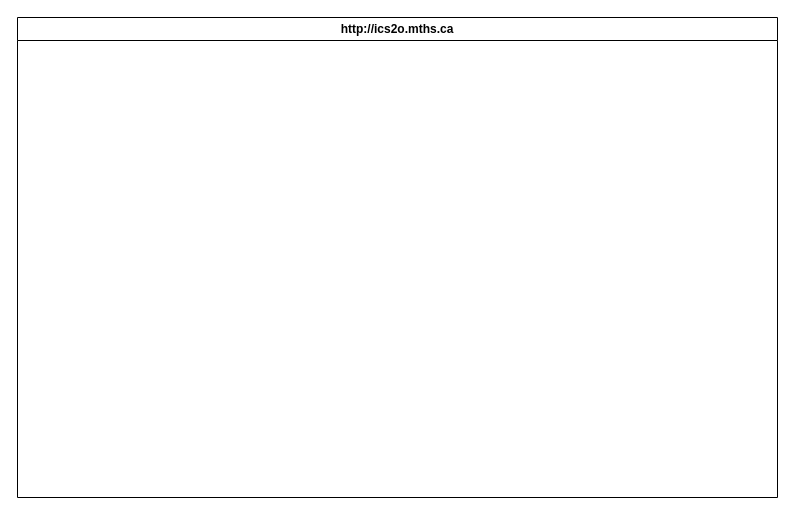
Before: design/storyboard.drawio in MTHS-ICS2O-2-2022/ICS2O-Unit-3-01-Jaden-Plugowsky, a draw.io diagram. Source tidied: cells renumbered, new cells numbered last; positions are measured from the earlier drawing's top-left corner, leaving out a move shared by most shapes. Both pictures are drawn from the tidied source at 100%, with x=0, y=0 at pixel (17, 17).
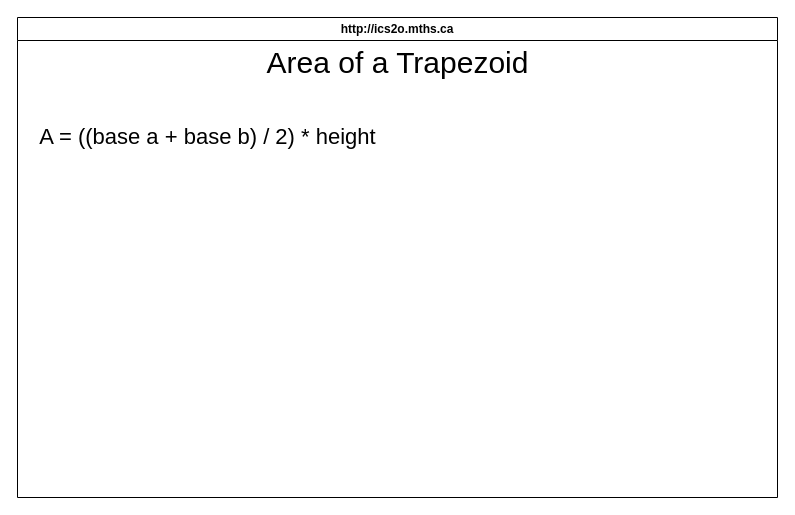
The same page after the edit.

Diff of the diagram source:
```diff
@@
 <mxGraphModel background="#ffffff">
   <root>
     <mxCell id="0" />
     <mxCell id="1" parent="0" />
     <mxCell id="2" value="http://ics2o.mths.ca" style="swimlane;whiteSpace=wrap;html=1;strokeColor=#000000;strokeWidth=1;" parent="1" vertex="1">
       <mxGeometry width="760" height="480" as="geometry" />
     </mxCell>
+    <mxCell id="3" value="Area of a Trapezoid" style="text;html=1;align=center;verticalAlign=middle;strokeColor=none;fillColor=none;fontColor=#000000;fontSize=30;" parent="2" vertex="1">
+      <mxGeometry x="235" y="20" width="290" height="50" as="geometry" />
+    </mxCell>
+    <mxCell id="4" value="A = ((base a + base b) / 2) * height" style="text;html=1;align=center;verticalAlign=middle;strokeColor=none;fillColor=none;fontSize=22;fontColor=#000000;" parent="2" vertex="1">
+      <mxGeometry x="10" y="100" width="360" height="40" as="geometry" />
+    </mxCell>
   </root>
 </mxGraphModel>
```
